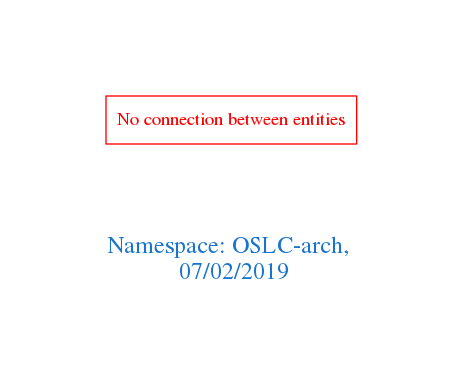
Before: downloads/OSLC-arch.png, a diagram exported from Graphviz (arago/OGIT). Its source is kept beside it as downloads/OSLC-arch.dot.
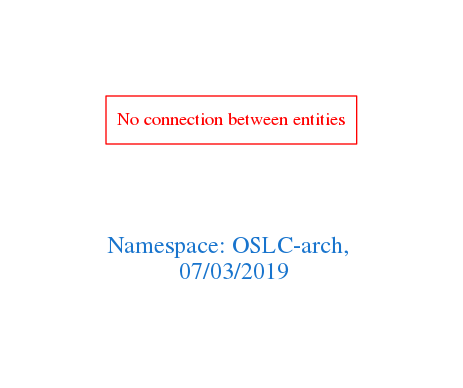
After the commit.

The edit, as a diff of the source:
```diff
@@ -1,7 +1,7 @@
 digraph OGIT_ontology {
  graph [ rankdir= LR,pad=1
 fontsize = 18,
-fontcolor= dodgerblue3,label = "\n\n\nNamespace: OSLC-arch, \n 07/02/2019"];
+fontcolor= dodgerblue3,label = "\n\n\nNamespace: OSLC-arch, \n 07/03/2019"];
 node[shape=polygon];
 edge [  color="gray81"];
 
```
